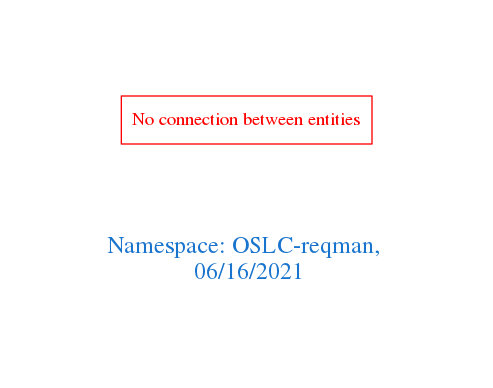
The Graphviz diagram downloads/OSLC-reqman.png in arago/OGIT, before a commit. Its source is kept beside it as downloads/OSLC-reqman.dot.
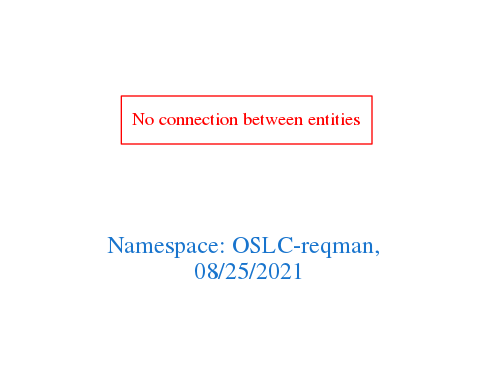
After the commit.

The edit, as a diff of the source:
```diff
@@ -1,7 +1,7 @@
 digraph OGIT_ontology {
  graph [ rankdir= LR,pad=1
 fontsize = 18,
-fontcolor= dodgerblue3,label = "\n\n\nNamespace: OSLC-reqman, \n 06/16/2021"];
+fontcolor= dodgerblue3,label = "\n\n\nNamespace: OSLC-reqman, \n 08/25/2021"];
 node[shape=polygon];
 edge [  color="gray81"];
 
```
